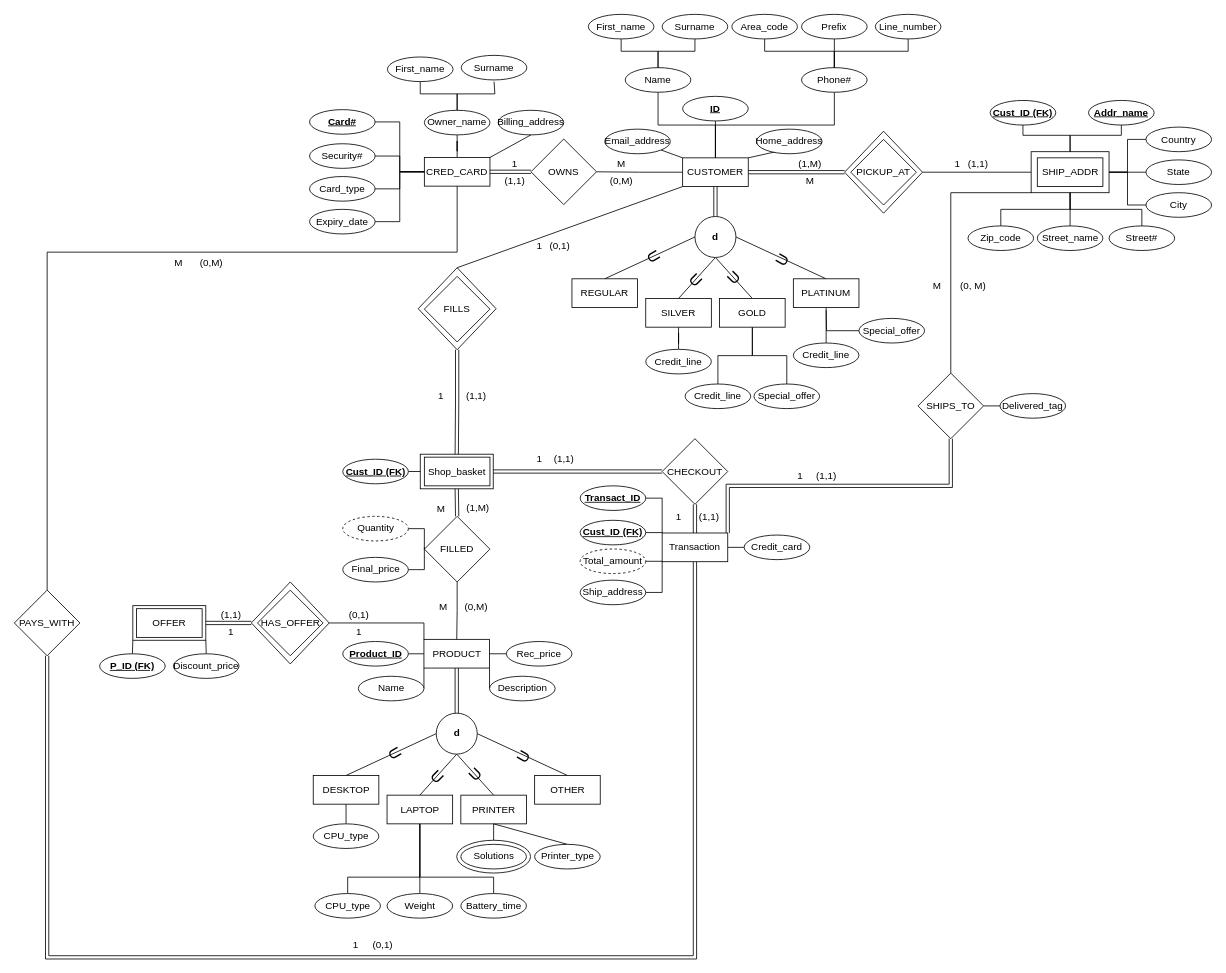
RyBres/Database-Project keeps this draw.io diagram as Project-Deliverable-1.drawio. Above is the earlier version. Source tidied: cells renumbered, new cells numbered last; positions are measured from the earlier drawing's top-left corner, leaving out a move shared by most shapes. Both pictures are drawn from the tidied source at 82%, with x=0, y=0 at pixel (14, 14).
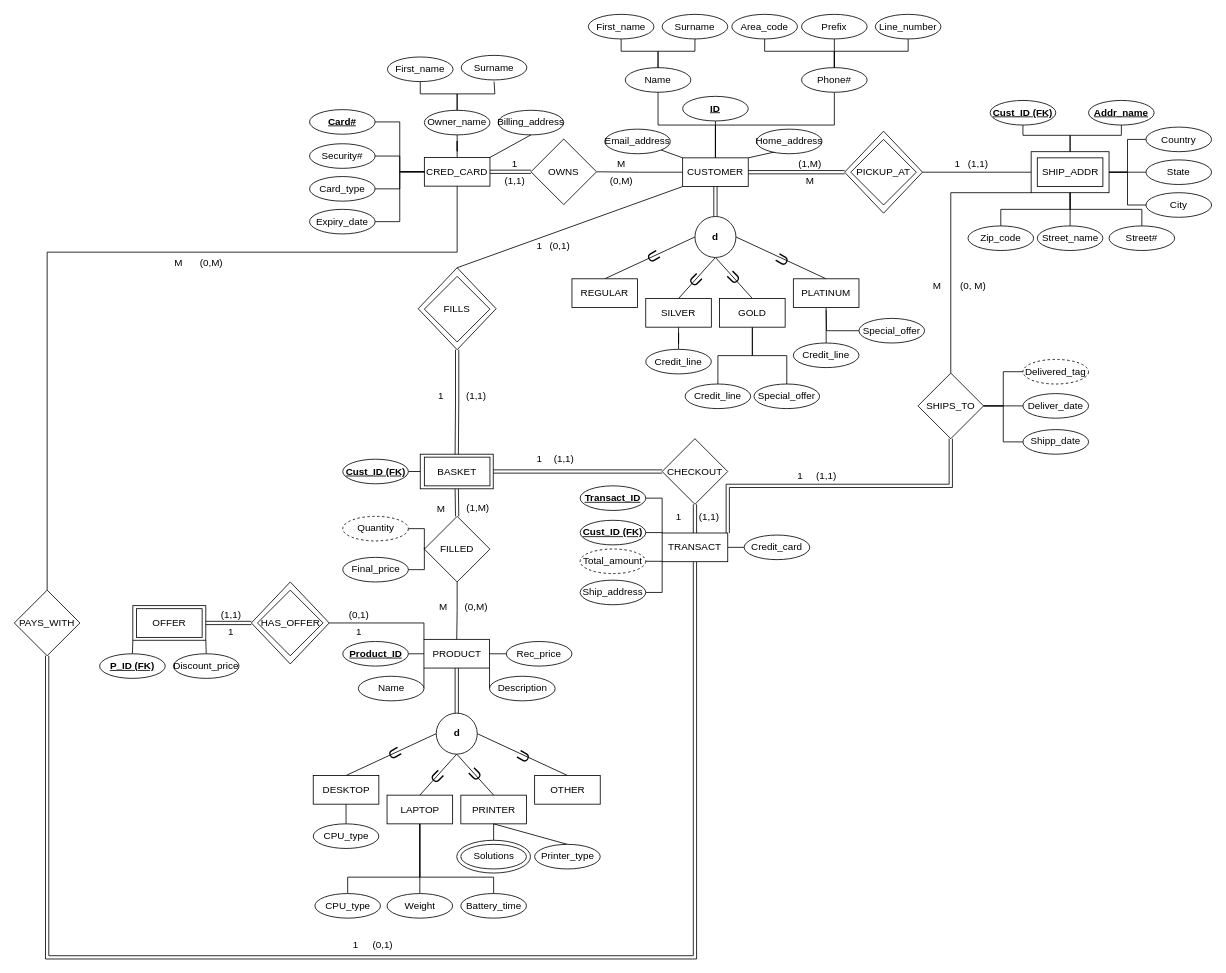
After the change.

Unchanged cells that the change refers to:
```xml
<mxCell id="168" value="SHIPS_TO" style="rhombus;whiteSpace=wrap;html=1;" parent="1" vertex="1">
  <mxGeometry x="1102" y="437.5" width="80" height="80" as="geometry" />
</mxCell>
```

Change to the diagram source:
```diff
@@
-    <mxCell id="123" value="Shop_basket" style="rounded=0;whiteSpace=wrap;html=1;" parent="1" vertex="1">
+    <mxCell id="123" value="BASKET" style="rounded=0;whiteSpace=wrap;html=1;" parent="1" vertex="1">
       <mxGeometry x="500" y="540" width="80" height="35" as="geometry" />
     </mxCell>
@@
-    <mxCell id="162" value="Transaction" style="rounded=0;whiteSpace=wrap;html=1;" parent="1" vertex="1">
+    <mxCell id="162" value="TRANSACT" style="rounded=0;whiteSpace=wrap;html=1;" parent="1" vertex="1">
       <mxGeometry x="790" y="632.5" width="80" height="35" as="geometry" />
     </mxCell>
@@
-    <mxCell id="166" style="edgeStyle=orthogonalEdgeStyle;rounded=0;jettySize=auto;html=1;exitX=1;exitY=0.5;exitDx=0;exitDy=0;entryX=0;entryY=0.5;entryDx=0;entryDy=0;endArrow=none;startFill=0;" parent="1" edge="1" source="168" target="181">
-      <mxGeometry relative="1" as="geometry" />
-    </mxCell>
@@
+    <mxCell id="213" style="edgeStyle=orthogonalEdgeStyle;rounded=0;jettySize=auto;html=1;exitX=0;exitY=0.5;exitDx=0;exitDy=0;entryX=1;entryY=0.5;entryDx=0;entryDy=0;endArrow=none;startFill=0;" parent="1" edge="1" source="181" target="168">
+      <mxGeometry relative="1" as="geometry" />
+    </mxCell>
-    <mxCell id="181" value="Delivered_tag" style="ellipse;whiteSpace=wrap;html=1;" parent="1" vertex="1">
-      <mxGeometry x="1202" y="462.5" width="80" height="30" as="geometry" />
+    <mxCell id="181" value="Deliver_date" style="ellipse;whiteSpace=wrap;html=1;" parent="1" vertex="1">
+      <mxGeometry x="1230" y="462.5" width="80" height="30" as="geometry" />
     </mxCell>
@@
+    <mxCell id="214" style="edgeStyle=orthogonalEdgeStyle;rounded=0;jettySize=auto;html=1;exitX=0;exitY=0.5;exitDx=0;exitDy=0;entryX=1;entryY=0.5;entryDx=0;entryDy=0;endArrow=none;startFill=0;" parent="1" edge="1" source="215" target="168">
+      <mxGeometry relative="1" as="geometry" />
+    </mxCell>
+    <mxCell id="215" value="Shipp_date" style="ellipse;whiteSpace=wrap;html=1;" parent="1" vertex="1">
+      <mxGeometry x="1230" y="506.4" width="80" height="30" as="geometry" />
+    </mxCell>
+    <mxCell id="216" style="edgeStyle=orthogonalEdgeStyle;rounded=0;jettySize=auto;html=1;exitX=0;exitY=0.5;exitDx=0;exitDy=0;entryX=1;entryY=0.5;entryDx=0;entryDy=0;endArrow=none;startFill=0;" parent="1" edge="1" source="217" target="168">
+      <mxGeometry relative="1" as="geometry" />
+    </mxCell>
+    <mxCell id="217" value="Delivered_tag" style="ellipse;whiteSpace=wrap;html=1;dashed=1;" parent="1" vertex="1">
+      <mxGeometry x="1230" y="420.8" width="80" height="30" as="geometry" />
+    </mxCell>
```
